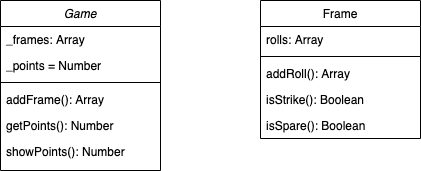
Above: public/images/BowlingChallenge.png in makersacademy/bowling-challenge (draw.io), before the change. Source tidied: cells renumbered, new cells last; positions are measured from the earlier drawing's top-left corner, leaving out a move shared by most shapes.
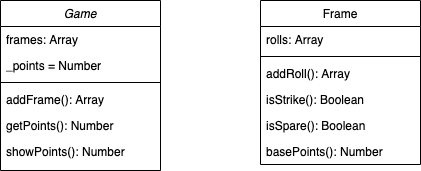
After the commit.

Diff of the diagram source:
```diff
@@ -5,7 +5,7 @@
     <mxCell id="2" value="Game" style="swimlane;fontStyle=2;align=center;verticalAlign=top;horizontal=1;startSize=26;rounded=0;shadow=0;strokeWidth=1;" parent="1" vertex="1">
       <mxGeometry width="160" height="170" as="geometry" />
     </mxCell>
-    <mxCell id="3" value="_frames: Array" style="text;align=left;verticalAlign=top;spacingLeft=4;spacingRight=4;overflow=hidden;" parent="2" vertex="1">
+    <mxCell id="3" value="frames: Array" style="text;align=left;verticalAlign=top;spacingLeft=4;spacingRight=4;overflow=hidden;" parent="2" vertex="1">
       <mxGeometry y="26" width="160" height="26" as="geometry" />
     </mxCell>
     <mxCell id="4" value="_points = Number" style="text;align=left;verticalAlign=top;spacingLeft=4;spacingRight=4;overflow=hidden;rounded=0;shadow=0;html=0;" parent="2" vertex="1">
@@ -24,7 +24,7 @@
       <mxGeometry y="138" width="160" height="26" as="geometry" />
     </mxCell>
     <mxCell id="9" value="Frame" style="swimlane;fontStyle=0;align=center;verticalAlign=top;horizontal=1;startSize=26;rounded=0;shadow=0;strokeWidth=1;" parent="1" vertex="1">
-      <mxGeometry x="260" width="160" height="138" as="geometry" />
+      <mxGeometry x="260" width="160" height="164" as="geometry" />
     </mxCell>
     <mxCell id="10" value="rolls: Array" style="text;align=left;verticalAlign=top;spacingLeft=4;spacingRight=4;overflow=hidden;" parent="9" vertex="1">
       <mxGeometry y="26" width="160" height="26" as="geometry" />
@@ -41,5 +41,8 @@
     <mxCell id="14" value="isSpare(): Boolean" style="text;align=left;verticalAlign=top;spacingLeft=4;spacingRight=4;overflow=hidden;" parent="9" vertex="1">
       <mxGeometry y="112" width="160" height="26" as="geometry" />
     </mxCell>
+    <mxCell id="15" value="basePoints(): Number" style="text;align=left;verticalAlign=top;spacingLeft=4;spacingRight=4;overflow=hidden;" parent="9" vertex="1">
+      <mxGeometry y="138" width="160" height="26" as="geometry" />
+    </mxCell>
   </root>
 </mxGraphModel>
```
